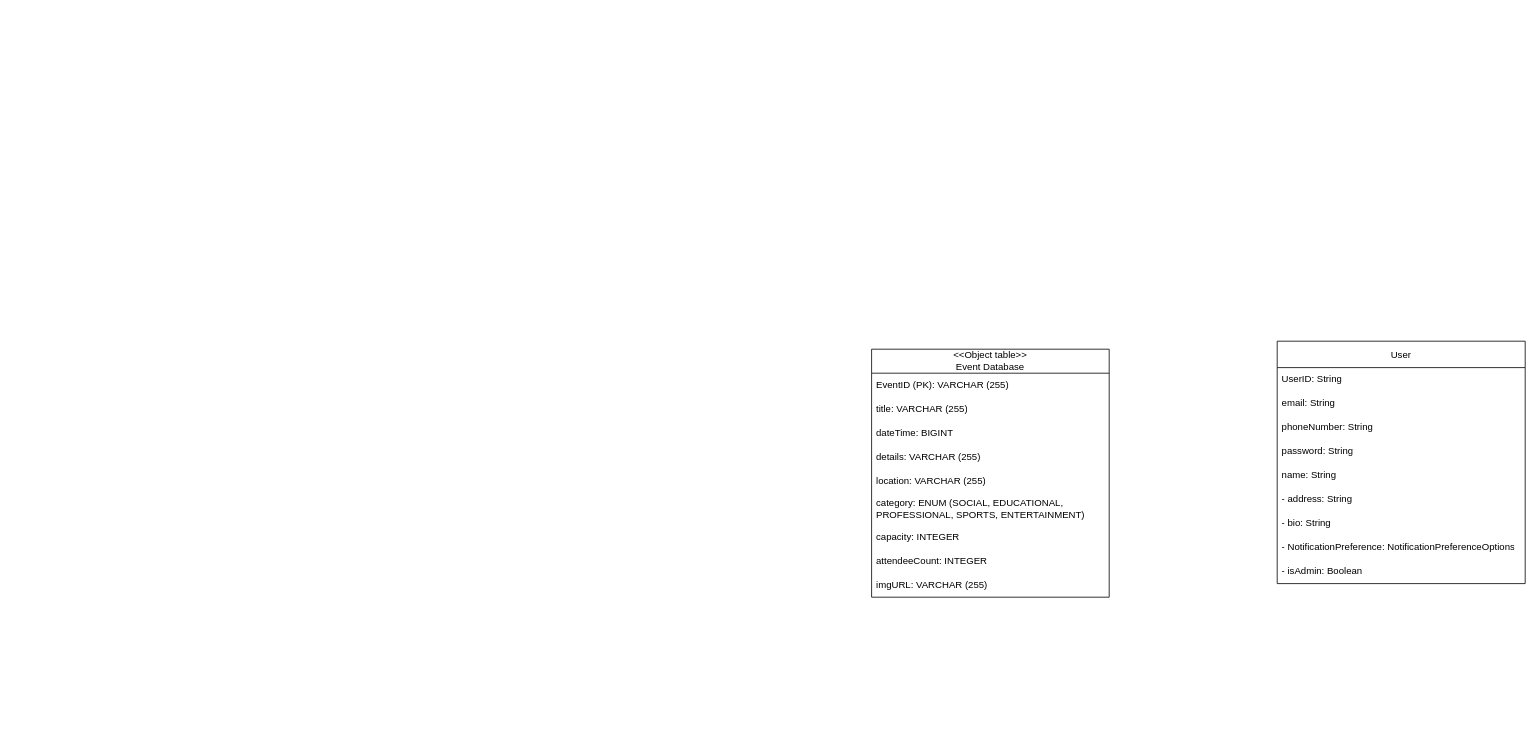
The-dream-Team-D/SOEN345-Project keeps this draw.io diagram as documentation/domain model/DomainModel.drawio. Above is the earlier version. Source tidied: cells renumbered, new cells numbered last; positions are measured from the earlier drawing's top-left corner, leaving out a move shared by most shapes. Both pictures are drawn from the tidied source at 80%, with x=0, y=0 at pixel (871, 341).
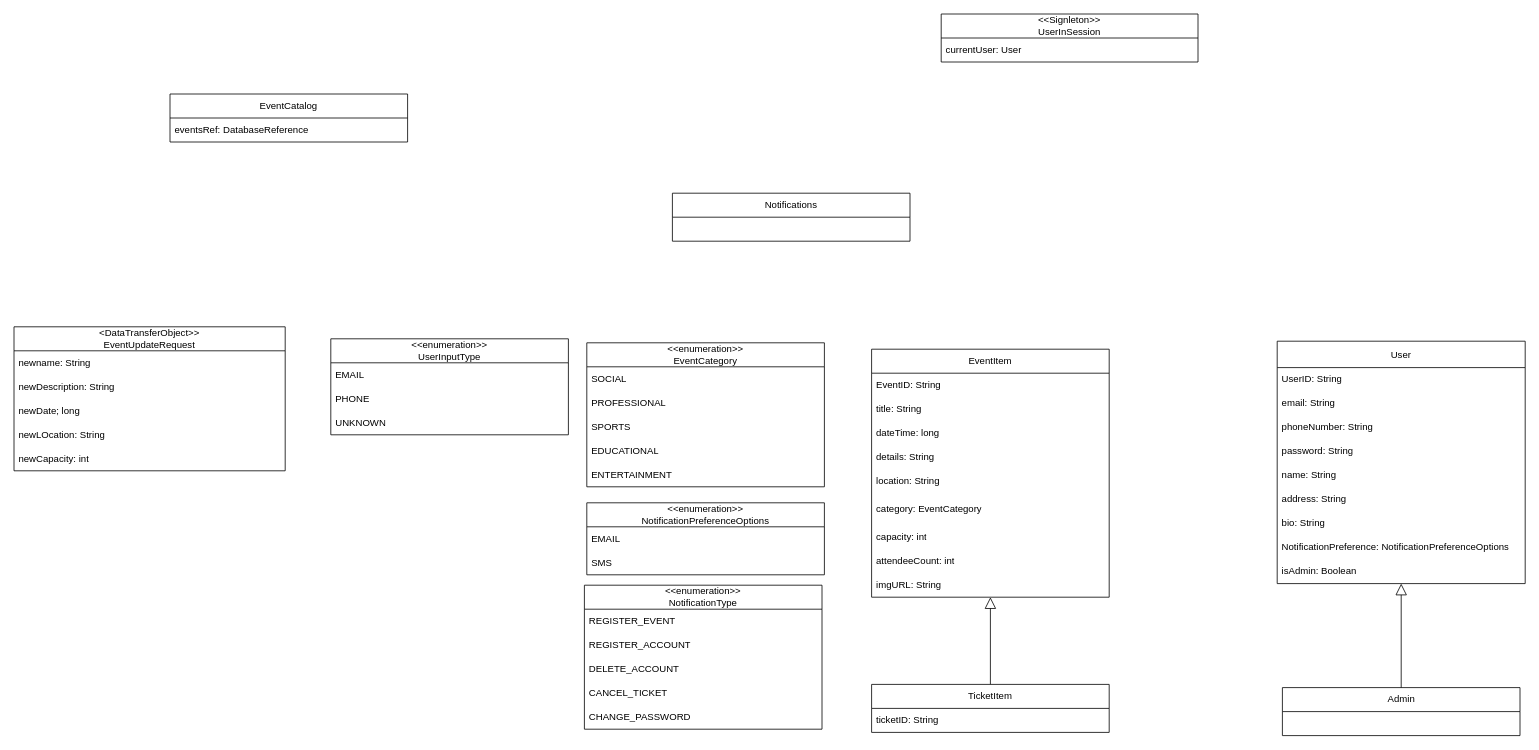
The same page after the edit.

The change refers to these unchanged cells:
```xml
<mxCell id="2" value="&lt;div&gt;&lt;div&gt;&lt;span style=&quot;background-color: transparent; color: light-dark(rgb(0, 0, 0), rgb(255, 255, 255));&quot;&gt;User&lt;/span&gt;&lt;/div&gt;&lt;/div&gt;" style="swimlane;fontStyle=0;horizontal=1;startSize=33;whiteSpace=wrap;html=1;" parent="1" vertex="1">
  <mxGeometry x="507" width="310" height="303" as="geometry" />
</mxCell>
```

Change to the diagram source:
```diff
@@
-    <mxCell id="8" value="- address: String" style="text;strokeColor=none;fillColor=none;align=left;verticalAlign=middle;spacingLeft=4;spacingRight=4;overflow=hidden;whiteSpace=wrap;html=1;" parent="2" vertex="1">
+    <mxCell id="8" value="address: String" style="text;strokeColor=none;fillColor=none;align=left;verticalAlign=middle;spacingLeft=4;spacingRight=4;overflow=hidden;whiteSpace=wrap;html=1;" parent="2" vertex="1">
       <mxGeometry y="183" width="310" height="30" as="geometry" />
     </mxCell>
-    <mxCell id="9" value="- bio: String" style="text;strokeColor=none;fillColor=none;align=left;verticalAlign=middle;spacingLeft=4;spacingRight=4;overflow=hidden;whiteSpace=wrap;html=1;" parent="2" vertex="1">
+    <mxCell id="9" value="bio: String" style="text;strokeColor=none;fillColor=none;align=left;verticalAlign=middle;spacingLeft=4;spacingRight=4;overflow=hidden;whiteSpace=wrap;html=1;" parent="2" vertex="1">
       <mxGeometry y="213" width="310" height="30" as="geometry" />
     </mxCell>
-    <mxCell id="10" value="- NotificationPreference:&amp;nbsp;&lt;span style=&quot;text-align: center;&quot;&gt;NotificationPreferenceOptions&lt;/span&gt;" style="text;strokeColor=none;fillColor=none;align=left;verticalAlign=middle;spacingLeft=4;spacingRight=4;overflow=hidden;whiteSpace=wrap;html=1;" parent="2" vertex="1">
+    <mxCell id="10" value="NotificationPreference:&amp;nbsp;&lt;span style=&quot;text-align: center;&quot;&gt;NotificationPreferenceOptions&lt;/span&gt;" style="text;strokeColor=none;fillColor=none;align=left;verticalAlign=middle;spacingLeft=4;spacingRight=4;overflow=hidden;whiteSpace=wrap;html=1;" parent="2" vertex="1">
       <mxGeometry y="243" width="310" height="30" as="geometry" />
     </mxCell>
-    <mxCell id="11" value="- isAdmin: Boolean" style="text;strokeColor=none;fillColor=none;align=left;verticalAlign=middle;spacingLeft=4;spacingRight=4;overflow=hidden;whiteSpace=wrap;html=1;" parent="2" vertex="1">
+    <mxCell id="11" value="isAdmin: Boolean" style="text;strokeColor=none;fillColor=none;align=left;verticalAlign=middle;spacingLeft=4;spacingRight=4;overflow=hidden;whiteSpace=wrap;html=1;" parent="2" vertex="1">
       <mxGeometry y="273" width="310" height="30" as="geometry" />
     </mxCell>
-    <mxCell id="12" value="&lt;div&gt;&amp;lt;&amp;lt;Object table&amp;gt;&amp;gt;&lt;/div&gt;Event Database" style="swimlane;fontStyle=0;horizontal=1;startSize=30;whiteSpace=wrap;html=1;" parent="1" vertex="1">
+    <mxCell id="12" value="&lt;div&gt;EventItem&lt;/div&gt;" style="swimlane;fontStyle=0;horizontal=1;startSize=30;whiteSpace=wrap;html=1;" parent="1" vertex="1">
       <mxGeometry y="10" width="297" height="310" as="geometry" />
     </mxCell>
-    <mxCell id="13" value="EventID (PK): VARCHAR (255&lt;span style=&quot;background-color: transparent; color: light-dark(rgb(0, 0, 0), rgb(255, 255, 255));&quot;&gt;)&lt;/span&gt;" style="text;strokeColor=none;fillColor=none;align=left;verticalAlign=middle;spacingLeft=4;spacingRight=4;overflow=hidden;whiteSpace=wrap;html=1;" parent="12" vertex="1">
+    <mxCell id="13" value="EventID: String" style="text;strokeColor=none;fillColor=none;align=left;verticalAlign=middle;spacingLeft=4;spacingRight=4;overflow=hidden;whiteSpace=wrap;html=1;" parent="12" vertex="1">
       <mxGeometry y="30" width="297" height="30" as="geometry" />
     </mxCell>
-    <mxCell id="14" value="title: VARCHAR (255)" style="text;strokeColor=none;fillColor=none;align=left;verticalAlign=middle;spacingLeft=4;spacingRight=4;overflow=hidden;whiteSpace=wrap;html=1;" parent="12" vertex="1">
+    <mxCell id="14" value="title: String" style="text;strokeColor=none;fillColor=none;align=left;verticalAlign=middle;spacingLeft=4;spacingRight=4;overflow=hidden;whiteSpace=wrap;html=1;" parent="12" vertex="1">
       <mxGeometry y="60" width="297" height="30" as="geometry" />
     </mxCell>
-    <mxCell id="15" value="dateTime: BIGINT" style="text;strokeColor=none;fillColor=none;align=left;verticalAlign=middle;spacingLeft=4;spacingRight=4;overflow=hidden;whiteSpace=wrap;html=1;" parent="12" vertex="1">
+    <mxCell id="15" value="dateTime: long" style="text;strokeColor=none;fillColor=none;align=left;verticalAlign=middle;spacingLeft=4;spacingRight=4;overflow=hidden;whiteSpace=wrap;html=1;" parent="12" vertex="1">
       <mxGeometry y="90" width="297" height="30" as="geometry" />
     </mxCell>
-    <mxCell id="16" value="details: VARCHAR (255)" style="text;strokeColor=none;fillColor=none;align=left;verticalAlign=middle;spacingLeft=4;spacingRight=4;overflow=hidden;whiteSpace=wrap;html=1;" parent="12" vertex="1">
+    <mxCell id="16" value="details: String" style="text;strokeColor=none;fillColor=none;align=left;verticalAlign=middle;spacingLeft=4;spacingRight=4;overflow=hidden;whiteSpace=wrap;html=1;" parent="12" vertex="1">
       <mxGeometry y="120" width="297" height="30" as="geometry" />
     </mxCell>
-    <mxCell id="17" value="location: VARCHAR (255)" style="text;strokeColor=none;fillColor=none;align=left;verticalAlign=middle;spacingLeft=4;spacingRight=4;overflow=hidden;whiteSpace=wrap;html=1;" parent="12" vertex="1">
+    <mxCell id="17" value="location: String" style="text;strokeColor=none;fillColor=none;align=left;verticalAlign=middle;spacingLeft=4;spacingRight=4;overflow=hidden;whiteSpace=wrap;html=1;" parent="12" vertex="1">
       <mxGeometry y="150" width="297" height="30" as="geometry" />
     </mxCell>
-    <mxCell id="18" value="category: ENUM (SOCIAL, EDUCATIONAL, PROFESSIONAL, SPORTS, ENTERTAINMENT)" style="text;strokeColor=none;fillColor=none;align=left;verticalAlign=middle;spacingLeft=4;spacingRight=4;overflow=hidden;whiteSpace=wrap;html=1;" parent="12" vertex="1">
+    <mxCell id="18" value="category: EventCategory" style="text;strokeColor=none;fillColor=none;align=left;verticalAlign=middle;spacingLeft=4;spacingRight=4;overflow=hidden;whiteSpace=wrap;html=1;" parent="12" vertex="1">
       <mxGeometry y="180" width="297" height="40" as="geometry" />
     </mxCell>
-    <mxCell id="19" value="capacity: INTEGER" style="text;strokeColor=none;fillColor=none;align=left;verticalAlign=middle;spacingLeft=4;spacingRight=4;overflow=hidden;whiteSpace=wrap;html=1;" parent="12" vertex="1">
+    <mxCell id="19" value="capacity: int" style="text;strokeColor=none;fillColor=none;align=left;verticalAlign=middle;spacingLeft=4;spacingRight=4;overflow=hidden;whiteSpace=wrap;html=1;" parent="12" vertex="1">
       <mxGeometry y="220" width="297" height="30" as="geometry" />
     </mxCell>
-    <mxCell id="20" value="attendeeCount: INTEGER" style="text;strokeColor=none;fillColor=none;align=left;verticalAlign=middle;spacingLeft=4;spacingRight=4;overflow=hidden;whiteSpace=wrap;html=1;" parent="12" vertex="1">
+    <mxCell id="20" value="attendeeCount: int" style="text;strokeColor=none;fillColor=none;align=left;verticalAlign=middle;spacingLeft=4;spacingRight=4;overflow=hidden;whiteSpace=wrap;html=1;" parent="12" vertex="1">
       <mxGeometry y="250" width="297" height="30" as="geometry" />
     </mxCell>
-    <mxCell id="21" value="imgURL: VARCHAR (255)" style="text;strokeColor=none;fillColor=none;align=left;verticalAlign=middle;spacingLeft=4;spacingRight=4;overflow=hidden;whiteSpace=wrap;html=1;" parent="12" vertex="1">
+    <mxCell id="21" value="imgURL: String" style="text;strokeColor=none;fillColor=none;align=left;verticalAlign=middle;spacingLeft=4;spacingRight=4;overflow=hidden;whiteSpace=wrap;html=1;" parent="12" vertex="1">
       <mxGeometry y="280" width="297" height="30" as="geometry" />
     </mxCell>
+    <mxCell id="22" value="&lt;div&gt;&amp;lt;&amp;lt;enumeration&amp;gt;&amp;gt;&lt;br&gt;EventCategory&lt;/div&gt;" style="swimlane;fontStyle=0;horizontal=1;startSize=30;whiteSpace=wrap;html=1;" parent="1" vertex="1">
+      <mxGeometry x="-356" y="2" width="297" height="180" as="geometry" />
+    </mxCell>
+    <mxCell id="23" value="SOCIAL" style="text;strokeColor=none;fillColor=none;align=left;verticalAlign=middle;spacingLeft=4;spacingRight=4;overflow=hidden;whiteSpace=wrap;html=1;" parent="22" vertex="1">
+      <mxGeometry y="30" width="297" height="30" as="geometry" />
+    </mxCell>
+    <mxCell id="24" value="PROFESSIONAL" style="text;strokeColor=none;fillColor=none;align=left;verticalAlign=middle;spacingLeft=4;spacingRight=4;overflow=hidden;whiteSpace=wrap;html=1;" parent="22" vertex="1">
+      <mxGeometry y="60" width="297" height="30" as="geometry" />
+    </mxCell>
+    <mxCell id="25" value="SPORTS" style="text;strokeColor=none;fillColor=none;align=left;verticalAlign=middle;spacingLeft=4;spacingRight=4;overflow=hidden;whiteSpace=wrap;html=1;" parent="22" vertex="1">
+      <mxGeometry y="90" width="297" height="30" as="geometry" />
+    </mxCell>
+    <mxCell id="26" value="EDUCATIONAL" style="text;strokeColor=none;fillColor=none;align=left;verticalAlign=middle;spacingLeft=4;spacingRight=4;overflow=hidden;whiteSpace=wrap;html=1;" parent="22" vertex="1">
+      <mxGeometry y="120" width="297" height="30" as="geometry" />
+    </mxCell>
+    <mxCell id="27" value="ENTERTAINMENT" style="text;strokeColor=none;fillColor=none;align=left;verticalAlign=middle;spacingLeft=4;spacingRight=4;overflow=hidden;whiteSpace=wrap;html=1;" parent="22" vertex="1">
+      <mxGeometry y="150" width="297" height="30" as="geometry" />
+    </mxCell>
+    <mxCell id="28" value="&lt;div&gt;&amp;lt;&amp;lt;enumeration&amp;gt;&amp;gt;&lt;br&gt;NotificationPreferenceOptions&lt;/div&gt;" style="swimlane;fontStyle=0;horizontal=1;startSize=30;whiteSpace=wrap;html=1;" parent="1" vertex="1">
+      <mxGeometry x="-356" y="202" width="297" height="90" as="geometry" />
+    </mxCell>
+    <mxCell id="29" value="EMAIL" style="text;strokeColor=none;fillColor=none;align=left;verticalAlign=middle;spacingLeft=4;spacingRight=4;overflow=hidden;whiteSpace=wrap;html=1;" parent="28" vertex="1">
+      <mxGeometry y="30" width="297" height="30" as="geometry" />
+    </mxCell>
+    <mxCell id="30" value="SMS" style="text;strokeColor=none;fillColor=none;align=left;verticalAlign=middle;spacingLeft=4;spacingRight=4;overflow=hidden;whiteSpace=wrap;html=1;" parent="28" vertex="1">
+      <mxGeometry y="60" width="297" height="30" as="geometry" />
+    </mxCell>
+    <mxCell id="31" value="&lt;div&gt;&amp;lt;&amp;lt;enumeration&amp;gt;&amp;gt;&lt;br&gt;NotificationType&lt;/div&gt;" style="swimlane;fontStyle=0;horizontal=1;startSize=30;whiteSpace=wrap;html=1;" parent="1" vertex="1">
+      <mxGeometry x="-359" y="305" width="297" height="180" as="geometry" />
+    </mxCell>
+    <mxCell id="32" value="REGISTER_EVENT" style="text;strokeColor=none;fillColor=none;align=left;verticalAlign=middle;spacingLeft=4;spacingRight=4;overflow=hidden;whiteSpace=wrap;html=1;" parent="31" vertex="1">
+      <mxGeometry y="30" width="297" height="30" as="geometry" />
+    </mxCell>
+    <mxCell id="33" value="REGISTER_ACCOUNT" style="text;strokeColor=none;fillColor=none;align=left;verticalAlign=middle;spacingLeft=4;spacingRight=4;overflow=hidden;whiteSpace=wrap;html=1;" parent="31" vertex="1">
+      <mxGeometry y="60" width="297" height="30" as="geometry" />
+    </mxCell>
+    <mxCell id="34" value="DELETE_ACCOUNT" style="text;strokeColor=none;fillColor=none;align=left;verticalAlign=middle;spacingLeft=4;spacingRight=4;overflow=hidden;whiteSpace=wrap;html=1;" parent="31" vertex="1">
+      <mxGeometry y="90" width="297" height="30" as="geometry" />
+    </mxCell>
+    <mxCell id="35" value="CANCEL_TICKET" style="text;strokeColor=none;fillColor=none;align=left;verticalAlign=middle;spacingLeft=4;spacingRight=4;overflow=hidden;whiteSpace=wrap;html=1;" parent="31" vertex="1">
+      <mxGeometry y="120" width="297" height="30" as="geometry" />
+    </mxCell>
+    <mxCell id="36" value="CHANGE_PASSWORD" style="text;strokeColor=none;fillColor=none;align=left;verticalAlign=middle;spacingLeft=4;spacingRight=4;overflow=hidden;whiteSpace=wrap;html=1;" parent="31" vertex="1">
+      <mxGeometry y="150" width="297" height="30" as="geometry" />
+    </mxCell>
+    <mxCell id="37" style="edgeStyle=orthogonalEdgeStyle;rounded=0;jettySize=auto;html=1;endArrow=block;endFill=0;endSize=12;" parent="1" edge="1" source="38" target="12">
+      <mxGeometry relative="1" as="geometry" />
+    </mxCell>
+    <mxCell id="38" value="&lt;div&gt;TicketItem&lt;/div&gt;" style="swimlane;fontStyle=0;horizontal=1;startSize=30;whiteSpace=wrap;html=1;" parent="1" vertex="1">
+      <mxGeometry y="429" width="297" height="60" as="geometry" />
+    </mxCell>
+    <mxCell id="39" value="ticketID: String" style="text;strokeColor=none;fillColor=none;align=left;verticalAlign=middle;spacingLeft=4;spacingRight=4;overflow=hidden;whiteSpace=wrap;html=1;" parent="38" vertex="1">
+      <mxGeometry y="30" width="297" height="30" as="geometry" />
+    </mxCell>
+    <mxCell id="40" value="&lt;div&gt;Admin&lt;/div&gt;" style="swimlane;fontStyle=0;horizontal=1;startSize=30;whiteSpace=wrap;html=1;" parent="1" vertex="1">
+      <mxGeometry x="513.5" y="433" width="297" height="60" as="geometry" />
+    </mxCell>
+    <mxCell id="41" style="edgeStyle=orthogonalEdgeStyle;rounded=0;jettySize=auto;html=1;endArrow=block;endFill=0;endSize=12;" parent="1" edge="1" source="40" target="2">
+      <mxGeometry relative="1" as="geometry" />
+    </mxCell>
+    <mxCell id="42" value="&lt;div&gt;&amp;lt;&amp;lt;Signleton&amp;gt;&amp;gt;&lt;br&gt;UserInSession&lt;/div&gt;" style="swimlane;fontStyle=0;horizontal=1;startSize=30;whiteSpace=wrap;html=1;" parent="1" vertex="1">
+      <mxGeometry x="87" y="-409" width="321" height="60" as="geometry" />
+    </mxCell>
+    <mxCell id="43" value="currentUser: User" style="text;strokeColor=none;fillColor=none;align=left;verticalAlign=middle;spacingLeft=4;spacingRight=4;overflow=hidden;whiteSpace=wrap;html=1;" parent="42" vertex="1">
+      <mxGeometry y="30" width="321" height="30" as="geometry" />
+    </mxCell>
+    <mxCell id="44" value="&lt;div&gt;Notifications&lt;/div&gt;" style="swimlane;fontStyle=0;horizontal=1;startSize=30;whiteSpace=wrap;html=1;" parent="1" vertex="1">
+      <mxGeometry x="-249" y="-185" width="297" height="60" as="geometry" />
+    </mxCell>
+    <mxCell id="45" value="&lt;div&gt;&amp;lt;&amp;lt;enumeration&amp;gt;&amp;gt;&lt;br&gt;UserInputType&lt;/div&gt;" style="swimlane;fontStyle=0;horizontal=1;startSize=30;whiteSpace=wrap;html=1;" parent="1" vertex="1">
+      <mxGeometry x="-676" y="-3" width="297" height="120" as="geometry" />
+    </mxCell>
+    <mxCell id="46" value="EMAIL" style="text;strokeColor=none;fillColor=none;align=left;verticalAlign=middle;spacingLeft=4;spacingRight=4;overflow=hidden;whiteSpace=wrap;html=1;" parent="45" vertex="1">
+      <mxGeometry y="30" width="297" height="30" as="geometry" />
+    </mxCell>
+    <mxCell id="47" value="PHONE" style="text;strokeColor=none;fillColor=none;align=left;verticalAlign=middle;spacingLeft=4;spacingRight=4;overflow=hidden;whiteSpace=wrap;html=1;" parent="45" vertex="1">
+      <mxGeometry y="60" width="297" height="30" as="geometry" />
+    </mxCell>
+    <mxCell id="48" value="UNKNOWN" style="text;strokeColor=none;fillColor=none;align=left;verticalAlign=middle;spacingLeft=4;spacingRight=4;overflow=hidden;whiteSpace=wrap;html=1;" parent="45" vertex="1">
+      <mxGeometry y="90" width="297" height="30" as="geometry" />
+    </mxCell>
+    <mxCell id="49" value="&lt;div&gt;EventCatalog&lt;/div&gt;" style="swimlane;fontStyle=0;horizontal=1;startSize=30;whiteSpace=wrap;html=1;" parent="1" vertex="1">
+      <mxGeometry x="-877" y="-309" width="297" height="60" as="geometry" />
+    </mxCell>
+    <mxCell id="50" value="eventsRef: DatabaseReference" style="text;strokeColor=none;fillColor=none;align=left;verticalAlign=middle;spacingLeft=4;spacingRight=4;overflow=hidden;whiteSpace=wrap;html=1;" parent="49" vertex="1">
+      <mxGeometry y="30" width="297" height="30" as="geometry" />
+    </mxCell>
+    <mxCell id="51" value="&lt;div&gt;&amp;lt;DataTransferObject&amp;gt;&amp;gt;&lt;/div&gt;&lt;div&gt;EventUpdateRequest&lt;/div&gt;" style="swimlane;fontStyle=0;horizontal=1;startSize=30;whiteSpace=wrap;html=1;" parent="1" vertex="1">
+      <mxGeometry x="-1072" y="-18" width="339" height="180" as="geometry" />
+    </mxCell>
+    <mxCell id="52" value="newname: String" style="text;strokeColor=none;fillColor=none;align=left;verticalAlign=middle;spacingLeft=4;spacingRight=4;overflow=hidden;whiteSpace=wrap;html=1;" parent="51" vertex="1">
+      <mxGeometry y="30" width="339" height="30" as="geometry" />
+    </mxCell>
+    <mxCell id="53" value="newDescription: String" style="text;strokeColor=none;fillColor=none;align=left;verticalAlign=middle;spacingLeft=4;spacingRight=4;overflow=hidden;whiteSpace=wrap;html=1;" parent="51" vertex="1">
+      <mxGeometry y="60" width="339" height="30" as="geometry" />
+    </mxCell>
+    <mxCell id="54" value="newDate; long" style="text;strokeColor=none;fillColor=none;align=left;verticalAlign=middle;spacingLeft=4;spacingRight=4;overflow=hidden;whiteSpace=wrap;html=1;" parent="51" vertex="1">
+      <mxGeometry y="90" width="339" height="30" as="geometry" />
+    </mxCell>
+    <mxCell id="55" value="newLOcation: String" style="text;strokeColor=none;fillColor=none;align=left;verticalAlign=middle;spacingLeft=4;spacingRight=4;overflow=hidden;whiteSpace=wrap;html=1;" parent="51" vertex="1">
+      <mxGeometry y="120" width="339" height="30" as="geometry" />
+    </mxCell>
+    <mxCell id="56" value="newCapacity: int" style="text;strokeColor=none;fillColor=none;align=left;verticalAlign=middle;spacingLeft=4;spacingRight=4;overflow=hidden;whiteSpace=wrap;html=1;" parent="51" vertex="1">
+      <mxGeometry y="150" width="339" height="30" as="geometry" />
+    </mxCell>
```
